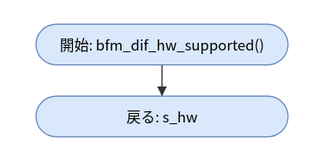
Above: doc/spec/images/flow_src_bfm_dif-bfm_dif_hw_supported.drawio.svg in hf355051012-ai/bfmem (draw.io), before the change. Source tidied: cells renumbered, new cells last; positions are measured from the earlier drawing's top-left corner, leaving out a move shared by most shapes.
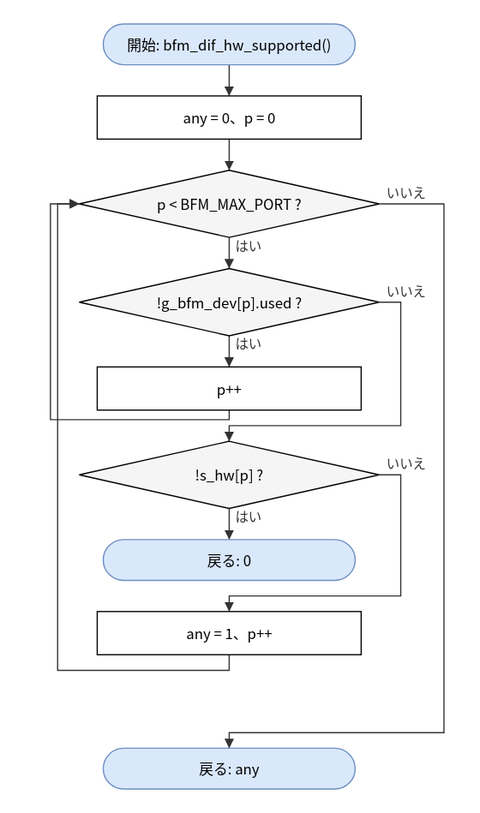
Later version of the same file.

The edit, as a diff of the source:
```diff
@@ -3,13 +3,91 @@
     <mxCell id="0" />
     <mxCell id="1" parent="0" />
     <mxCell id="2" value="開始: bfm_dif_hw_supported()" style="rounded=1;arcSize=50;whiteSpace=wrap;html=1;fillColor=#dae8fc;strokeColor=#6c8ebf;" parent="1" vertex="1">
-      <mxGeometry width="210" height="34" as="geometry" />
+      <mxGeometry x="56" width="210" height="34" as="geometry" />
     </mxCell>
-    <mxCell id="3" value="戻る: s_hw" style="rounded=1;arcSize=50;whiteSpace=wrap;html=1;fillColor=#dae8fc;strokeColor=#6c8ebf;" parent="1" vertex="1">
-      <mxGeometry y="60" width="210" height="34" as="geometry" />
+    <mxCell id="3" value="any = 0、p = 0" style="rounded=0;whiteSpace=wrap;html=1;" parent="1" vertex="1">
+      <mxGeometry x="51" y="60" width="220" height="36" as="geometry" />
     </mxCell>
+    <mxCell id="5" value="p &amp;lt; BFM_MAX_PORT ?" style="rhombus;whiteSpace=wrap;html=1;fillColor=#f5f5f5;" parent="1" vertex="1">
+      <mxGeometry x="36" y="122" width="250" height="56" as="geometry" />
+    </mxCell>
+    <mxCell id="6" value="!g_bfm_dev[p].used ?" style="rhombus;whiteSpace=wrap;html=1;fillColor=#f5f5f5;" parent="1" vertex="1">
+      <mxGeometry x="36" y="204" width="250" height="56" as="geometry" />
+    </mxCell>
+    <mxCell id="7" value="p++" style="rounded=0;whiteSpace=wrap;html=1;" parent="1" vertex="1">
+      <mxGeometry x="51" y="286" width="220" height="36" as="geometry" />
+    </mxCell>
+    <mxCell id="8" value="!s_hw[p] ?" style="rhombus;whiteSpace=wrap;html=1;fillColor=#f5f5f5;" parent="1" vertex="1">
+      <mxGeometry x="36" y="348" width="250" height="56" as="geometry" />
+    </mxCell>
+    <mxCell id="9" value="戻る: 0" style="rounded=1;arcSize=50;whiteSpace=wrap;html=1;fillColor=#dae8fc;strokeColor=#6c8ebf;" parent="1" vertex="1">
+      <mxGeometry x="56" y="430" width="210" height="34" as="geometry" />
+    </mxCell>
+    <mxCell id="10" value="any = 1、p++" style="rounded=0;whiteSpace=wrap;html=1;" parent="1" vertex="1">
+      <mxGeometry x="51" y="490" width="220" height="36" as="geometry" />
+    </mxCell>
+    <mxCell id="11" value="戻る: any" style="rounded=1;arcSize=50;whiteSpace=wrap;html=1;fillColor=#dae8fc;strokeColor=#6c8ebf;" parent="1" vertex="1">
+      <mxGeometry x="56" y="604" width="210" height="34" as="geometry" />
+    </mxCell>
     <mxCell id="4" style="edgeStyle=none;html=1;rounded=0;endArrow=block;endFill=1;exitX=0.5000;exitY=1.0000;exitDx=0;exitDy=0;exitPerimeter=0;entryX=0.5000;entryY=0.0000;entryDx=0;entryDy=0;entryPerimeter=0;" parent="1" edge="1" source="2" target="3">
       <mxGeometry relative="1" as="geometry" />
     </mxCell>
+    <mxCell id="12" style="edgeStyle=none;html=1;rounded=0;endArrow=block;endFill=1;exitX=0.5000;exitY=1.0000;exitDx=0;exitDy=0;exitPerimeter=0;entryX=0.5000;entryY=0.0000;entryDx=0;entryDy=0;entryPerimeter=0;" parent="1" edge="1" source="3" target="5">
+      <mxGeometry relative="1" as="geometry" />
+    </mxCell>
+    <mxCell id="13" value="はい" style="edgeStyle=none;html=1;rounded=0;endArrow=block;endFill=1;exitX=0.5000;exitY=1.0000;exitDx=0;exitDy=0;exitPerimeter=0;entryX=0.5000;entryY=0.0000;entryDx=0;entryDy=0;entryPerimeter=0;" parent="1" edge="1" source="5" target="6">
+      <mxGeometry relative="1" as="geometry" />
+    </mxCell>
+    <mxCell id="14" value="はい" style="edgeStyle=none;html=1;rounded=0;endArrow=block;endFill=1;exitX=0.5000;exitY=1.0000;exitDx=0;exitDy=0;exitPerimeter=0;entryX=0.5000;entryY=0.0000;entryDx=0;entryDy=0;entryPerimeter=0;" parent="1" edge="1" source="6" target="7">
+      <mxGeometry relative="1" as="geometry" />
+    </mxCell>
+    <mxCell id="15" value="いいえ" style="edgeStyle=none;html=1;rounded=0;endArrow=block;endFill=1;exitX=1.0000;exitY=0.5000;exitDx=0;exitDy=0;exitPerimeter=0;entryX=0.5000;entryY=0.0000;entryDx=0;entryDy=0;entryPerimeter=0;" parent="1" edge="1" source="6" target="8">
+      <mxGeometry relative="1" as="geometry">
+        <Array as="points">
+          <mxPoint x="304" y="232" />
+          <mxPoint x="304" y="335" />
+          <mxPoint x="161" y="335" />
+        </Array>
+      </mxGeometry>
+    </mxCell>
+    <mxCell id="16" value="はい" style="edgeStyle=none;html=1;rounded=0;endArrow=block;endFill=1;exitX=0.5000;exitY=1.0000;exitDx=0;exitDy=0;exitPerimeter=0;entryX=0.5000;entryY=0.0000;entryDx=0;entryDy=0;entryPerimeter=0;" parent="1" edge="1" source="8" target="9">
+      <mxGeometry relative="1" as="geometry" />
+    </mxCell>
+    <mxCell id="17" value="いいえ" style="edgeStyle=none;html=1;rounded=0;endArrow=block;endFill=1;exitX=1.0000;exitY=0.5000;exitDx=0;exitDy=0;exitPerimeter=0;entryX=0.5000;entryY=0.0000;entryDx=0;entryDy=0;entryPerimeter=0;" parent="1" edge="1" source="8" target="10">
+      <mxGeometry relative="1" as="geometry">
+        <Array as="points">
+          <mxPoint x="304" y="376" />
+          <mxPoint x="304" y="477" />
+          <mxPoint x="161" y="477" />
+        </Array>
+      </mxGeometry>
+    </mxCell>
+    <mxCell id="18" style="edgeStyle=none;html=1;rounded=0;endArrow=block;endFill=1;exitX=0.5000;exitY=1.0000;exitDx=0;exitDy=0;exitPerimeter=0;entryX=0.0000;entryY=0.5000;entryDx=0;entryDy=0;entryPerimeter=0;" parent="1" edge="1" source="10" target="5">
+      <mxGeometry relative="1" as="geometry">
+        <Array as="points">
+          <mxPoint x="161" y="539" />
+          <mxPoint x="18" y="539" />
+          <mxPoint x="18" y="150" />
+        </Array>
+      </mxGeometry>
+    </mxCell>
+    <mxCell id="19" style="edgeStyle=none;html=1;rounded=0;endArrow=block;endFill=1;exitX=0.5000;exitY=1.0000;exitDx=0;exitDy=0;exitPerimeter=0;entryX=0.0000;entryY=0.5000;entryDx=0;entryDy=0;entryPerimeter=0;" parent="1" edge="1" source="7" target="5">
+      <mxGeometry relative="1" as="geometry">
+        <Array as="points">
+          <mxPoint x="161" y="330" />
+          <mxPoint x="12" y="330" />
+          <mxPoint x="12" y="150" />
+        </Array>
+      </mxGeometry>
+    </mxCell>
+    <mxCell id="20" value="いいえ" style="edgeStyle=none;html=1;rounded=0;endArrow=block;endFill=1;exitX=1.0000;exitY=0.5000;exitDx=0;exitDy=0;exitPerimeter=0;entryX=0.5000;entryY=0.0000;entryDx=0;entryDy=0;entryPerimeter=0;" parent="1" edge="1" source="5" target="11">
+      <mxGeometry relative="1" as="geometry">
+        <Array as="points">
+          <mxPoint x="340" y="150" />
+          <mxPoint x="340" y="591" />
+          <mxPoint x="161" y="591" />
+        </Array>
+      </mxGeometry>
+    </mxCell>
   </root>
 </mxGraphModel>
```
